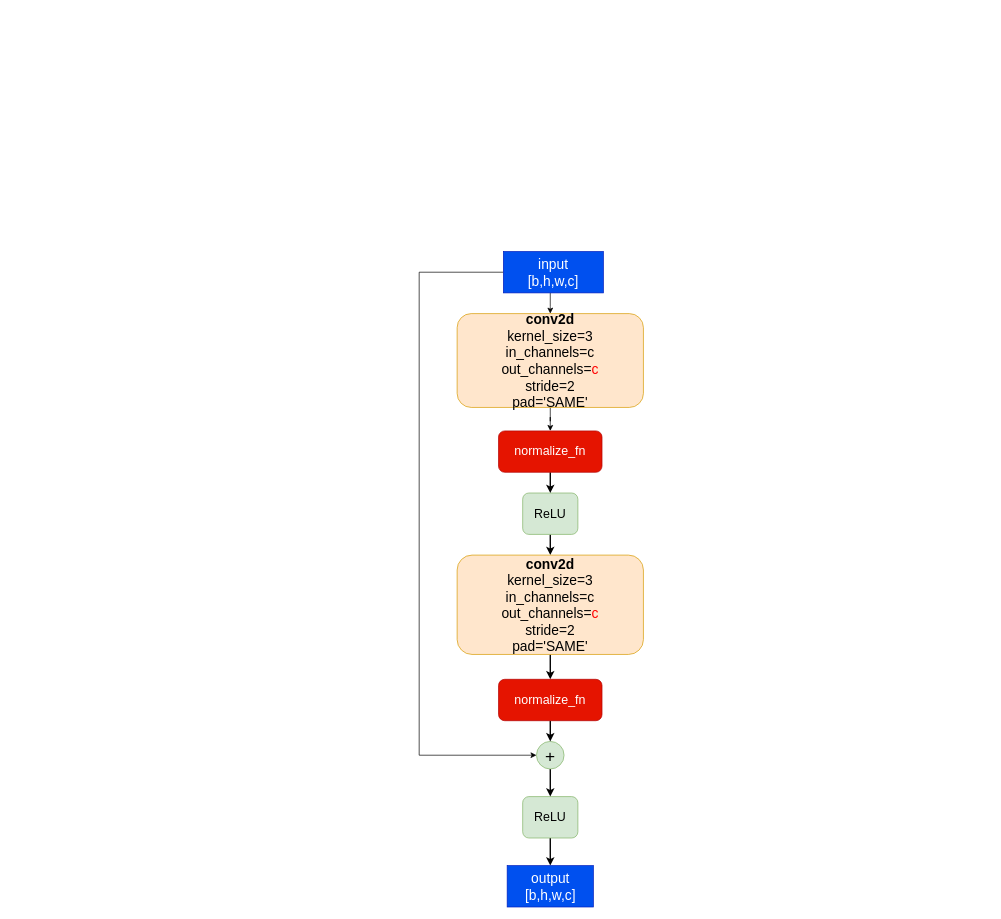
jiafeng5513/EvisionNet keeps this draw.io diagram as page "residual_block_A" (5 of 6) of doc/figs/EvisionNet.drawio. Above is the earlier version. Source tidied: cells renumbered, new cells numbered last; positions are measured from the earlier drawing's top-left corner, leaving out a move shared by most shapes. Both pictures are drawn from the tidied source at 69%, with x=0, y=0 at pixel (419, 251).
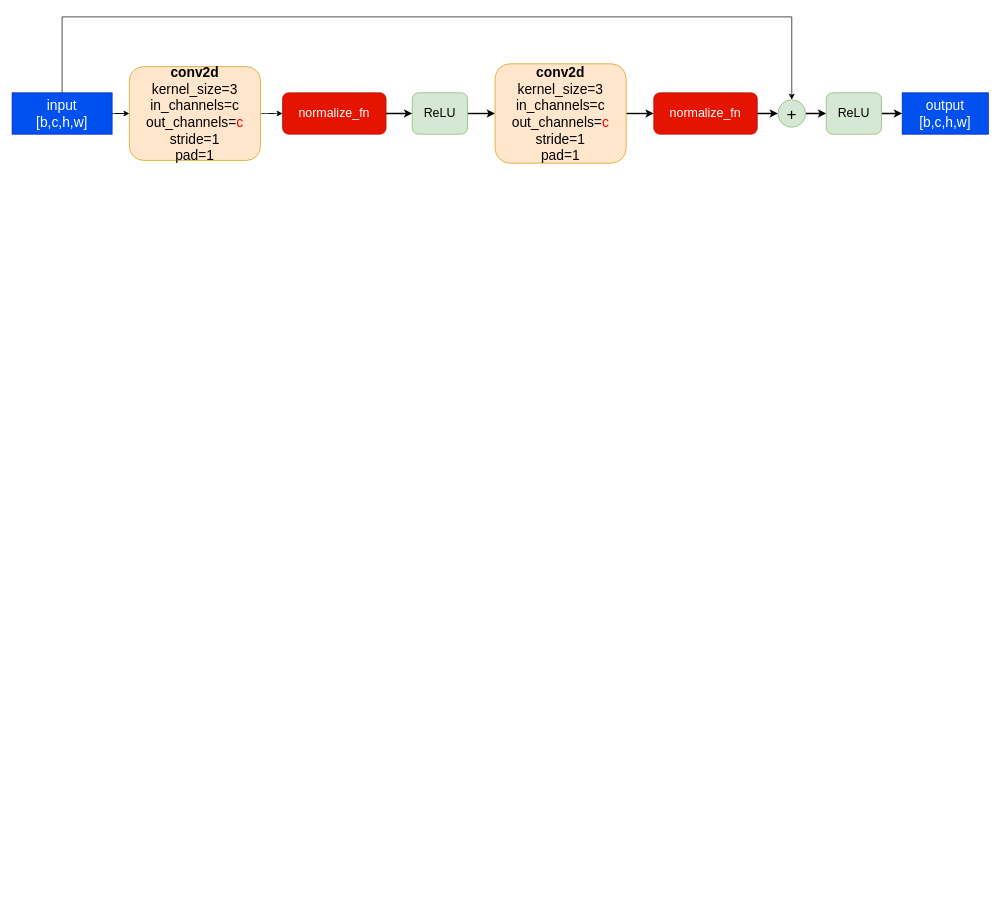
After the change.

What changed in the source:
```diff
@@
-    <mxCell id="3" value="&lt;font style=&quot;font-size: 20px&quot;&gt;&lt;b&gt;conv2d&lt;/b&gt;&lt;br&gt;kernel_size=3&lt;br&gt;in_channels=c&lt;br&gt;out_channels=&lt;font color=&quot;#ff0000&quot;&gt;c&lt;/font&gt;&lt;br&gt;stride=2&lt;br&gt;pad='SAME'&lt;/font&gt;" style="rounded=1;whiteSpace=wrap;html=1;fillColor=#ffe6cc;strokeColor=#d79b00;" parent="1" vertex="1">
-      <mxGeometry x="55" y="90" width="270" height="136" as="geometry" />
+    <mxCell id="3" value="&lt;font style=&quot;font-size: 20px&quot;&gt;&lt;b&gt;conv2d&lt;/b&gt;&lt;br&gt;kernel_size=3&lt;br&gt;in_channels=c&lt;br&gt;out_channels=&lt;font color=&quot;#ff0000&quot;&gt;c&lt;/font&gt;&lt;br&gt;stride=1&lt;br&gt;pad=1&lt;/font&gt;" style="rounded=1;whiteSpace=wrap;html=1;fillColor=#ffe6cc;strokeColor=#d79b00;" parent="1" vertex="1">
+      <mxGeometry x="-420" y="-268" width="190" height="136" as="geometry" />
     </mxCell>
@@
     <mxCell id="5" value="&lt;font style=&quot;font-size: 18px&quot;&gt;ReLU&lt;/font&gt;" style="rounded=1;whiteSpace=wrap;html=1;fillColor=#d5e8d4;strokeColor=#82b366;" parent="1" vertex="1">
-      <mxGeometry x="150" y="350" width="80" height="60" as="geometry" />
+      <mxGeometry x="-10" y="-230" width="80" height="60" as="geometry" />
     </mxCell>
@@
-    <mxCell id="7" value="&lt;font style=&quot;font-size: 20px&quot;&gt;&lt;b&gt;conv2d&lt;/b&gt;&lt;br&gt;kernel_size=3&lt;br&gt;in_channels=c&lt;br&gt;out_channels=&lt;font color=&quot;#ff0000&quot;&gt;c&lt;/font&gt;&lt;br&gt;stride=2&lt;br&gt;pad='SAME'&lt;/font&gt;" style="rounded=1;whiteSpace=wrap;html=1;fillColor=#ffe6cc;strokeColor=#d79b00;" parent="1" vertex="1">
-      <mxGeometry x="55" y="440" width="270" height="144" as="geometry" />
+    <mxCell id="7" value="&lt;font style=&quot;font-size: 20px&quot;&gt;&lt;b&gt;conv2d&lt;/b&gt;&lt;br&gt;kernel_size=3&lt;br&gt;in_channels=c&lt;br&gt;out_channels=&lt;font color=&quot;#ff0000&quot;&gt;c&lt;/font&gt;&lt;br&gt;stride=1&lt;br&gt;pad=1&lt;/font&gt;" style="rounded=1;whiteSpace=wrap;html=1;fillColor=#ffe6cc;strokeColor=#d79b00;" parent="1" vertex="1">
+      <mxGeometry x="110" y="-272" width="190" height="144" as="geometry" />
     </mxCell>
@@
     <mxCell id="9" value="&lt;font style=&quot;font-size: 18px&quot;&gt;ReLU&lt;/font&gt;" style="rounded=1;whiteSpace=wrap;html=1;fillColor=#d5e8d4;strokeColor=#82b366;" parent="1" vertex="1">
-      <mxGeometry x="150" y="790" width="80" height="60" as="geometry" />
+      <mxGeometry x="590" y="-230" width="80" height="60" as="geometry" />
     </mxCell>
@@
     <mxCell id="11" value="&lt;font style=&quot;font-size: 25px&quot;&gt;+&lt;/font&gt;" style="ellipse;whiteSpace=wrap;html=1;fillColor=#d5e8d4;strokeColor=#82b366;" parent="1" vertex="1">
-      <mxGeometry x="170" y="710" width="40" height="40" as="geometry" />
+      <mxGeometry x="520" y="-220" width="40" height="40" as="geometry" />
     </mxCell>
-    <mxCell id="12" value="&lt;span style=&quot;color: rgb(255 , 255 , 255) ; font-size: 20px&quot;&gt;output&lt;br&gt;&lt;/span&gt;&lt;span style=&quot;color: rgb(255 , 255 , 255) ; font-size: 20px&quot;&gt;[b,h,w,c]&lt;/span&gt;" style="rounded=0;whiteSpace=wrap;html=1;fillColor=#0050ef;strokeColor=#001DBC;fontColor=#ffffff;" parent="1" vertex="1">
-      <mxGeometry x="127.5" y="890" width="125" height="60" as="geometry" />
+    <mxCell id="12" value="&lt;span style=&quot;color: rgb(255 , 255 , 255) ; font-size: 20px&quot;&gt;output&lt;br&gt;&lt;/span&gt;&lt;span style=&quot;color: rgb(255 , 255 , 255) ; font-size: 20px&quot;&gt;[b,c,h,w]&lt;/span&gt;" style="rounded=0;whiteSpace=wrap;html=1;fillColor=#0050ef;strokeColor=#001DBC;fontColor=#ffffff;" parent="1" vertex="1">
+      <mxGeometry x="700" y="-230" width="125" height="60" as="geometry" />
     </mxCell>
+    <mxCell id="14" style="edgeStyle=orthogonalEdgeStyle;rounded=0;jettySize=auto;html=1;" parent="1" edge="1" source="15" target="11">
+      <mxGeometry relative="1" as="geometry">
+        <Array as="points">
+          <mxPoint x="-518" y="-340" />
+          <mxPoint x="540" y="-340" />
+        </Array>
+      </mxGeometry>
+    </mxCell>
     <mxCell id="13" style="edgeStyle=orthogonalEdgeStyle;rounded=0;jettySize=auto;html=1;" parent="1" edge="1" source="15" target="3">
-      <mxGeometry relative="1" as="geometry">
-        <Array as="points">
-          <mxPoint x="190" y="80" />
-          <mxPoint x="190" y="80" />
-        </Array>
-      </mxGeometry>
+      <mxGeometry relative="1" as="geometry" />
     </mxCell>
-    <mxCell id="14" style="edgeStyle=orthogonalEdgeStyle;rounded=0;jettySize=auto;html=1;" parent="1" edge="1" source="15" target="11">
-      <mxGeometry relative="1" as="geometry">
-        <Array as="points">
-          <mxPoint y="30" />
-          <mxPoint y="730" />
-        </Array>
-      </mxGeometry>
-    </mxCell>
-    <mxCell id="15" value="&lt;span style=&quot;font-size: 20px&quot;&gt;input&lt;br&gt;[b,h,w,c]&lt;br&gt;&lt;/span&gt;" style="rounded=0;whiteSpace=wrap;html=1;fillColor=#0050ef;strokeColor=#001DBC;fontColor=#ffffff;" parent="1" vertex="1">
-      <mxGeometry x="122" width="145" height="60" as="geometry" />
+    <mxCell id="15" value="&lt;span style=&quot;font-size: 20px&quot;&gt;input&lt;br&gt;[b,c,h,w]&lt;br&gt;&lt;/span&gt;" style="rounded=0;whiteSpace=wrap;html=1;fillColor=#0050ef;strokeColor=#001DBC;fontColor=#ffffff;" parent="1" vertex="1">
+      <mxGeometry x="-590" y="-230" width="145" height="60" as="geometry" />
     </mxCell>
@@
     <mxCell id="17" value="&lt;font style=&quot;font-size: 18px&quot;&gt;normalize_fn&lt;/font&gt;" style="rounded=1;whiteSpace=wrap;html=1;fillColor=#e51400;strokeColor=#B20000;fontColor=#ffffff;" parent="1" vertex="1">
-      <mxGeometry x="115" y="260" width="150" height="60" as="geometry" />
+      <mxGeometry x="-198" y="-230" width="150" height="60" as="geometry" />
     </mxCell>
@@
     <mxCell id="19" value="&lt;font style=&quot;font-size: 18px&quot;&gt;normalize_fn&lt;/font&gt;" style="rounded=1;whiteSpace=wrap;html=1;fillColor=#e51400;strokeColor=#B20000;fontColor=#ffffff;" parent="1" vertex="1">
-      <mxGeometry x="115" y="620" width="150" height="60" as="geometry" />
+      <mxGeometry x="340" y="-230" width="150" height="60" as="geometry" />
     </mxCell>
```
